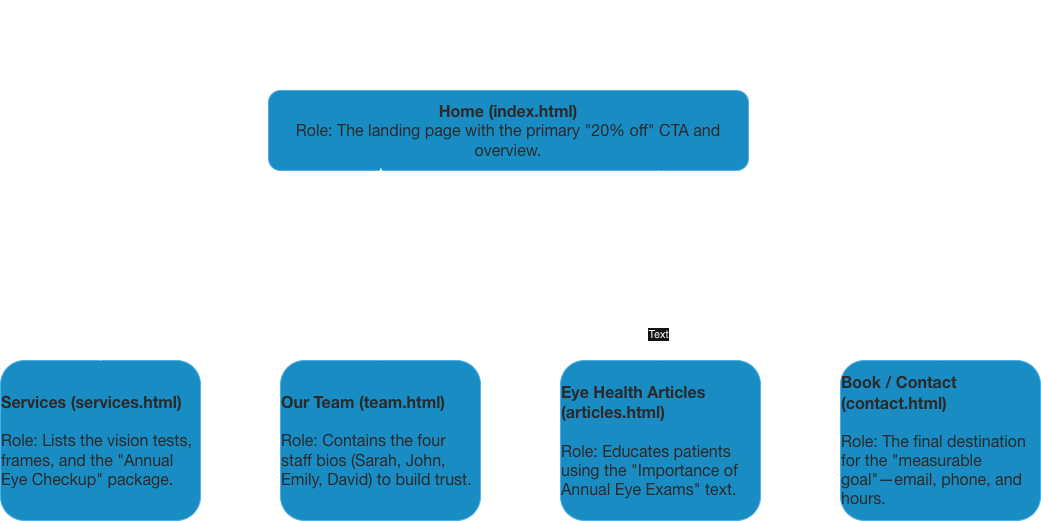
The draw.io diagram Assignment 1/images/sitemap_assessment_2.png in BowdenBen/CP1406, before a commit. Source tidied: cells renumbered, new cells last; positions are measured from the earlier drawing's top-left corner, leaving out a move shared by most shapes. The source it was exported from:
```xml
<mxGraphModel>
  <root>
    <mxCell id="0" />
    <mxCell id="1" parent="0" />
    <mxCell id="2" value="&lt;p style=&quot;cursor: text; box-sizing: border-box; margin: 0px; padding: 0px; counter-reset: list-1 0 list-2 0 list-3 0 list-4 0 list-5 0 list-6 0 list-7 0 list-8 0 list-9 0; color: rgb(227, 227, 227); font-family: &amp;quot;Google Sans Flex&amp;quot;, &amp;quot;Google Sans&amp;quot;, &amp;quot;Helvetica Neue&amp;quot;, sans-serif; font-size: 16px; font-variant-ligatures: none; white-space-collapse: preserve;&quot;&gt;&lt;span style=&quot;color: light-dark(rgb(227, 227, 227), rgb(42, 42, 42));&quot;&gt;&lt;b&gt;Home (index.html)&lt;/b&gt;&lt;/span&gt;&lt;/p&gt;&lt;p style=&quot;cursor: text; box-sizing: border-box; margin: 0px; padding: 0px; counter-reset: list-1 0 list-2 0 list-3 0 list-4 0 list-5 0 list-6 0 list-7 0 list-8 0 list-9 0; color: rgb(227, 227, 227); font-family: &amp;quot;Google Sans Flex&amp;quot;, &amp;quot;Google Sans&amp;quot;, &amp;quot;Helvetica Neue&amp;quot;, sans-serif; font-size: 16px; font-variant-ligatures: none; white-space-collapse: preserve;&quot;&gt;Role: The landing page with the primary &quot;20% off&quot; CTA and overview.&lt;/p&gt;" style="rounded=1;whiteSpace=wrap;html=1;align=center;labelBackgroundColor=none;fillColor=#1ba1e2;fontColor=#ffffff;strokeColor=#006EAF;" parent="1" vertex="1">
      <mxGeometry x="268" y="90" width="480" height="80" as="geometry" />
    </mxCell>
    <mxCell id="3" value="&lt;p style=&quot;cursor: text; box-sizing: border-box; margin: 0px; padding: 0px; counter-reset: list-1 0 list-2 0 list-3 0 list-4 0 list-5 0 list-6 0 list-7 0 list-8 0 list-9 0; color: rgb(227, 227, 227); font-family: &amp;quot;Google Sans Flex&amp;quot;, &amp;quot;Google Sans&amp;quot;, &amp;quot;Helvetica Neue&amp;quot;, sans-serif; font-size: 16px; font-variant-ligatures: none; text-align: start; white-space-collapse: preserve;&quot;&gt;&lt;b&gt;Services (services.html)&lt;/b&gt;&lt;/p&gt;&lt;p style=&quot;cursor: text; box-sizing: border-box; margin: 0px; padding: 0px; counter-reset: list-1 0 list-2 0 list-3 0 list-4 0 list-5 0 list-6 0 list-7 0 list-8 0 list-9 0; color: rgb(227, 227, 227); font-family: &amp;quot;Google Sans Flex&amp;quot;, &amp;quot;Google Sans&amp;quot;, &amp;quot;Helvetica Neue&amp;quot;, sans-serif; font-size: 16px; font-variant-ligatures: none; text-align: start; white-space-collapse: preserve;&quot;&gt;&lt;br&gt;&lt;/p&gt;&lt;p style=&quot;cursor: text; box-sizing: border-box; margin: 0px; padding: 0px; counter-reset: list-1 0 list-2 0 list-3 0 list-4 0 list-5 0 list-6 0 list-7 0 list-8 0 list-9 0; color: rgb(227, 227, 227); font-family: &amp;quot;Google Sans Flex&amp;quot;, &amp;quot;Google Sans&amp;quot;, &amp;quot;Helvetica Neue&amp;quot;, sans-serif; font-size: 16px; font-variant-ligatures: none; text-align: start; white-space-collapse: preserve;&quot;&gt;Role: Lists the vision tests, frames, and the &quot;Annual Eye Checkup&quot; package.&lt;/p&gt;" style="rounded=1;whiteSpace=wrap;html=1;labelBackgroundColor=none;fillColor=#1ba1e2;fontColor=#ffffff;strokeColor=#006EAF;" parent="1" vertex="1">
      <mxGeometry y="360" width="200" height="160" as="geometry" />
    </mxCell>
    <mxCell id="4" value="&lt;p style=&quot;cursor: text; box-sizing: border-box; margin: 0px; padding: 0px; counter-reset: list-1 0 list-2 0 list-3 0 list-4 0 list-5 0 list-6 0 list-7 0 list-8 0 list-9 0; color: rgb(227, 227, 227); font-family: &amp;quot;Google Sans Flex&amp;quot;, &amp;quot;Google Sans&amp;quot;, &amp;quot;Helvetica Neue&amp;quot;, sans-serif; font-size: 16px; font-variant-ligatures: none; text-align: start; white-space-collapse: preserve;&quot;&gt;&lt;b&gt;Our Team (team.html)&lt;/b&gt;&lt;/p&gt;&lt;p style=&quot;cursor: text; box-sizing: border-box; margin: 0px; padding: 0px; counter-reset: list-1 0 list-2 0 list-3 0 list-4 0 list-5 0 list-6 0 list-7 0 list-8 0 list-9 0; color: rgb(227, 227, 227); font-family: &amp;quot;Google Sans Flex&amp;quot;, &amp;quot;Google Sans&amp;quot;, &amp;quot;Helvetica Neue&amp;quot;, sans-serif; font-size: 16px; font-variant-ligatures: none; text-align: start; white-space-collapse: preserve;&quot;&gt;&lt;br&gt;&lt;/p&gt;&lt;p style=&quot;cursor: text; box-sizing: border-box; margin: 0px; padding: 0px; counter-reset: list-1 0 list-2 0 list-3 0 list-4 0 list-5 0 list-6 0 list-7 0 list-8 0 list-9 0; color: rgb(227, 227, 227); font-family: &amp;quot;Google Sans Flex&amp;quot;, &amp;quot;Google Sans&amp;quot;, &amp;quot;Helvetica Neue&amp;quot;, sans-serif; font-size: 16px; font-variant-ligatures: none; text-align: start; white-space-collapse: preserve;&quot;&gt;Role: Contains the four staff bios (Sarah, John, Emily, David) to build trust.&lt;/p&gt;" style="rounded=1;whiteSpace=wrap;html=1;labelBackgroundColor=none;fillColor=#1ba1e2;fontColor=#ffffff;strokeColor=#006EAF;" parent="1" vertex="1">
      <mxGeometry x="280" y="360" width="200" height="160" as="geometry" />
    </mxCell>
    <mxCell id="5" value="&lt;p style=&quot;cursor: text; box-sizing: border-box; margin: 0px; padding: 0px; counter-reset: list-1 0 list-2 0 list-3 0 list-4 0 list-5 0 list-6 0 list-7 0 list-8 0 list-9 0; color: rgb(227, 227, 227); font-family: &amp;quot;Google Sans Flex&amp;quot;, &amp;quot;Google Sans&amp;quot;, &amp;quot;Helvetica Neue&amp;quot;, sans-serif; font-size: 16px; font-variant-ligatures: none; text-align: start; white-space-collapse: preserve;&quot;&gt;&lt;b&gt;Eye Health Articles (articles.html)&lt;/b&gt;&lt;/p&gt;&lt;p style=&quot;cursor: text; box-sizing: border-box; margin: 0px; padding: 0px; counter-reset: list-1 0 list-2 0 list-3 0 list-4 0 list-5 0 list-6 0 list-7 0 list-8 0 list-9 0; color: rgb(227, 227, 227); font-family: &amp;quot;Google Sans Flex&amp;quot;, &amp;quot;Google Sans&amp;quot;, &amp;quot;Helvetica Neue&amp;quot;, sans-serif; font-size: 16px; font-variant-ligatures: none; text-align: start; white-space-collapse: preserve;&quot;&gt;&lt;br&gt;&lt;/p&gt;&lt;p style=&quot;cursor: text; box-sizing: border-box; margin: 0px; padding: 0px; counter-reset: list-1 0 list-2 0 list-3 0 list-4 0 list-5 0 list-6 0 list-7 0 list-8 0 list-9 0; color: rgb(227, 227, 227); font-family: &amp;quot;Google Sans Flex&amp;quot;, &amp;quot;Google Sans&amp;quot;, &amp;quot;Helvetica Neue&amp;quot;, sans-serif; font-size: 16px; font-variant-ligatures: none; text-align: start; white-space-collapse: preserve;&quot;&gt;Role: Educates patients using the &quot;Importance of Annual Eye Exams&quot; text.&lt;/p&gt;" style="rounded=1;whiteSpace=wrap;html=1;labelBackgroundColor=none;fillColor=#1ba1e2;fontColor=#ffffff;strokeColor=#006EAF;" parent="1" vertex="1">
      <mxGeometry x="560" y="360" width="200" height="160" as="geometry" />
    </mxCell>
    <mxCell id="6" value="&lt;p style=&quot;cursor: text; box-sizing: border-box; margin: 0px; padding: 0px; counter-reset: list-1 0 list-2 0 list-3 0 list-4 0 list-5 0 list-6 0 list-7 0 list-8 0 list-9 0; color: rgb(227, 227, 227); font-family: &amp;quot;Google Sans Flex&amp;quot;, &amp;quot;Google Sans&amp;quot;, &amp;quot;Helvetica Neue&amp;quot;, sans-serif; font-size: 16px; font-variant-ligatures: none; text-align: start; white-space-collapse: preserve;&quot;&gt;&lt;b&gt;Book / Contact (contact.html)&lt;/b&gt;&lt;/p&gt;&lt;p style=&quot;cursor: text; box-sizing: border-box; margin: 0px; padding: 0px; counter-reset: list-1 0 list-2 0 list-3 0 list-4 0 list-5 0 list-6 0 list-7 0 list-8 0 list-9 0; color: rgb(227, 227, 227); font-family: &amp;quot;Google Sans Flex&amp;quot;, &amp;quot;Google Sans&amp;quot;, &amp;quot;Helvetica Neue&amp;quot;, sans-serif; font-size: 16px; font-variant-ligatures: none; text-align: start; white-space-collapse: preserve;&quot;&gt;&lt;br&gt;&lt;/p&gt;&lt;p style=&quot;cursor: text; box-sizing: border-box; margin: 0px; padding: 0px; counter-reset: list-1 0 list-2 0 list-3 0 list-4 0 list-5 0 list-6 0 list-7 0 list-8 0 list-9 0; color: rgb(227, 227, 227); font-family: &amp;quot;Google Sans Flex&amp;quot;, &amp;quot;Google Sans&amp;quot;, &amp;quot;Helvetica Neue&amp;quot;, sans-serif; font-size: 16px; font-variant-ligatures: none; text-align: start; white-space-collapse: preserve;&quot;&gt;Role: The final destination for the &quot;measurable goal&quot;—email, phone, and hours.&lt;/p&gt;" style="rounded=1;whiteSpace=wrap;html=1;labelBackgroundColor=none;fillColor=#1ba1e2;fontColor=#ffffff;strokeColor=#006EAF;" parent="1" vertex="1">
      <mxGeometry x="840" y="360" width="200" height="160" as="geometry" />
    </mxCell>
    <mxCell id="7" style="endArrow=classic;startArrow=classic;html=1;rounded=0;entryX=0.077;entryY=1.027;entryDx=0;entryDy=0;entryPerimeter=0;exitX=0.5;exitY=0;exitDx=0;exitDy=0;" parent="1" edge="1" source="3" target="2">
      <mxGeometry relative="1" as="geometry" />
    </mxCell>
    <mxCell id="8" style="endArrow=classic;startArrow=classic;html=1;rounded=0;entryX=0.234;entryY=0.968;entryDx=0;entryDy=0;entryPerimeter=0;exitX=0.5;exitY=0;exitDx=0;exitDy=0;" parent="1" edge="1" source="4" target="2">
      <mxGeometry relative="1" as="geometry" />
    </mxCell>
    <mxCell id="9" style="endArrow=classic;startArrow=classic;html=1;rounded=0;entryX=0.813;entryY=0.994;entryDx=0;entryDy=0;entryPerimeter=0;exitX=0.5;exitY=0;exitDx=0;exitDy=0;" parent="1" edge="1" source="5" target="2">
      <mxGeometry relative="1" as="geometry" />
    </mxCell>
    <mxCell id="10" value="Text" style="edgeLabel;html=1;align=center;verticalAlign=middle;" parent="9" vertex="1">
      <mxGeometry x="-0.72" y="2" relative="1" as="geometry" />
    </mxCell>
    <mxCell id="11" style="endArrow=classic;startArrow=classic;html=1;rounded=0;entryX=0.917;entryY=1.04;entryDx=0;entryDy=0;entryPerimeter=0;exitX=0.5;exitY=0;exitDx=0;exitDy=0;" parent="1" edge="1" source="6" target="2">
      <mxGeometry relative="1" as="geometry" />
    </mxCell>
    <mxCell id="12" value="&lt;span style=&quot;font-family: &amp;quot;Google Sans Flex&amp;quot;, &amp;quot;Google Sans&amp;quot;, &amp;quot;Helvetica Neue&amp;quot;, sans-serif; font-size: 16px; font-variant-ligatures: none; text-align: start; white-space-collapse: preserve;&quot;&gt;Level 2: The Main Pages &lt;/span&gt;" style="text;html=1;whiteSpace=wrap;strokeColor=none;fillColor=none;align=center;verticalAlign=middle;rounded=0;labelBackgroundColor=none;fontColor=default;" parent="1" vertex="1">
      <mxGeometry x="410" y="250" width="190" height="95" as="geometry" />
    </mxCell>
    <mxCell id="13" value="&lt;span style=&quot;font-family: &amp;quot;Google Sans Flex&amp;quot;, &amp;quot;Google Sans&amp;quot;, &amp;quot;Helvetica Neue&amp;quot;, sans-serif; font-size: 16px; font-variant-ligatures: none; text-align: start; white-space-collapse: preserve;&quot;&gt;Level 1: The Root Page&lt;/span&gt;" style="text;html=1;whiteSpace=wrap;strokeColor=none;fillColor=none;align=center;verticalAlign=middle;rounded=0;labelBackgroundColor=none;fontColor=default;" parent="1" vertex="1">
      <mxGeometry x="417" width="175" height="80" as="geometry" />
    </mxCell>
  </root>
</mxGraphModel>
```
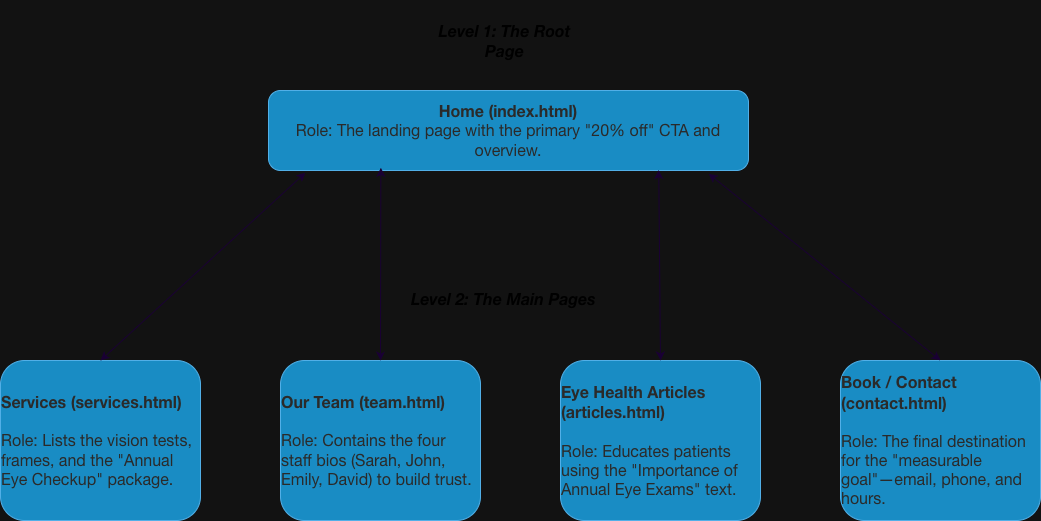
After the change.

Commit message:
replce sitemap image

What changed in the source:
```diff
@@ -17,25 +17,22 @@
     <mxCell id="6" value="&lt;p style=&quot;cursor: text; box-sizing: border-box; margin: 0px; padding: 0px; counter-reset: list-1 0 list-2 0 list-3 0 list-4 0 list-5 0 list-6 0 list-7 0 list-8 0 list-9 0; color: rgb(227, 227, 227); font-family: &amp;quot;Google Sans Flex&amp;quot;, &amp;quot;Google Sans&amp;quot;, &amp;quot;Helvetica Neue&amp;quot;, sans-serif; font-size: 16px; font-variant-ligatures: none; text-align: start; white-space-collapse: preserve;&quot;&gt;&lt;b&gt;Book / Contact (contact.html)&lt;/b&gt;&lt;/p&gt;&lt;p style=&quot;cursor: text; box-sizing: border-box; margin: 0px; padding: 0px; counter-reset: list-1 0 list-2 0 list-3 0 list-4 0 list-5 0 list-6 0 list-7 0 list-8 0 list-9 0; color: rgb(227, 227, 227); font-family: &amp;quot;Google Sans Flex&amp;quot;, &amp;quot;Google Sans&amp;quot;, &amp;quot;Helvetica Neue&amp;quot;, sans-serif; font-size: 16px; font-variant-ligatures: none; text-align: start; white-space-collapse: preserve;&quot;&gt;&lt;br&gt;&lt;/p&gt;&lt;p style=&quot;cursor: text; box-sizing: border-box; margin: 0px; padding: 0px; counter-reset: list-1 0 list-2 0 list-3 0 list-4 0 list-5 0 list-6 0 list-7 0 list-8 0 list-9 0; color: rgb(227, 227, 227); font-family: &amp;quot;Google Sans Flex&amp;quot;, &amp;quot;Google Sans&amp;quot;, &amp;quot;Helvetica Neue&amp;quot;, sans-serif; font-size: 16px; font-variant-ligatures: none; text-align: start; white-space-collapse: preserve;&quot;&gt;Role: The final destination for the &quot;measurable goal&quot;—email, phone, and hours.&lt;/p&gt;" style="rounded=1;whiteSpace=wrap;html=1;labelBackgroundColor=none;fillColor=#1ba1e2;fontColor=#ffffff;strokeColor=#006EAF;" parent="1" vertex="1">
       <mxGeometry x="840" y="360" width="200" height="160" as="geometry" />
     </mxCell>
-    <mxCell id="7" style="endArrow=classic;startArrow=classic;html=1;rounded=0;entryX=0.077;entryY=1.027;entryDx=0;entryDy=0;entryPerimeter=0;exitX=0.5;exitY=0;exitDx=0;exitDy=0;" parent="1" edge="1" source="3" target="2">
+    <mxCell id="7" style="endArrow=classic;startArrow=classic;html=1;rounded=0;entryX=0.077;entryY=1.027;entryDx=0;entryDy=0;entryPerimeter=0;exitX=0.5;exitY=0;exitDx=0;exitDy=0;fontColor=light-dark(#000000,#190033);strokeColor=light-dark(#000000,#190033);" parent="1" edge="1" source="3" target="2">
       <mxGeometry relative="1" as="geometry" />
     </mxCell>
-    <mxCell id="8" style="endArrow=classic;startArrow=classic;html=1;rounded=0;entryX=0.234;entryY=0.968;entryDx=0;entryDy=0;entryPerimeter=0;exitX=0.5;exitY=0;exitDx=0;exitDy=0;" parent="1" edge="1" source="4" target="2">
+    <mxCell id="8" style="endArrow=classic;startArrow=classic;html=1;rounded=0;entryX=0.234;entryY=0.968;entryDx=0;entryDy=0;entryPerimeter=0;exitX=0.5;exitY=0;exitDx=0;exitDy=0;fontColor=light-dark(#000000,#190033);strokeColor=light-dark(#000000,#190033);" parent="1" edge="1" source="4" target="2">
       <mxGeometry relative="1" as="geometry" />
     </mxCell>
-    <mxCell id="9" style="endArrow=classic;startArrow=classic;html=1;rounded=0;entryX=0.813;entryY=0.994;entryDx=0;entryDy=0;entryPerimeter=0;exitX=0.5;exitY=0;exitDx=0;exitDy=0;" parent="1" edge="1" source="5" target="2">
+    <mxCell id="9" style="endArrow=classic;startArrow=classic;html=1;rounded=0;entryX=0.813;entryY=0.994;entryDx=0;entryDy=0;entryPerimeter=0;exitX=0.5;exitY=0;exitDx=0;exitDy=0;fontColor=light-dark(#000000,#190033);strokeColor=light-dark(#000000,#190033);" parent="1" edge="1" source="5" target="2">
       <mxGeometry relative="1" as="geometry" />
     </mxCell>
-    <mxCell id="10" value="Text" style="edgeLabel;html=1;align=center;verticalAlign=middle;" parent="9" vertex="1">
-      <mxGeometry x="-0.72" y="2" relative="1" as="geometry" />
-    </mxCell>
-    <mxCell id="11" style="endArrow=classic;startArrow=classic;html=1;rounded=0;entryX=0.917;entryY=1.04;entryDx=0;entryDy=0;entryPerimeter=0;exitX=0.5;exitY=0;exitDx=0;exitDy=0;" parent="1" edge="1" source="6" target="2">
+    <mxCell id="11" style="endArrow=classic;startArrow=classic;html=1;rounded=0;entryX=0.917;entryY=1.04;entryDx=0;entryDy=0;entryPerimeter=0;exitX=0.5;exitY=0;exitDx=0;exitDy=0;fontColor=light-dark(#000000,#190033);strokeColor=light-dark(#000000,#190033);" parent="1" edge="1" source="6" target="2">
       <mxGeometry relative="1" as="geometry" />
     </mxCell>
-    <mxCell id="12" value="&lt;span style=&quot;font-family: &amp;quot;Google Sans Flex&amp;quot;, &amp;quot;Google Sans&amp;quot;, &amp;quot;Helvetica Neue&amp;quot;, sans-serif; font-size: 16px; font-variant-ligatures: none; text-align: start; white-space-collapse: preserve;&quot;&gt;Level 2: The Main Pages &lt;/span&gt;" style="text;html=1;whiteSpace=wrap;strokeColor=none;fillColor=none;align=center;verticalAlign=middle;rounded=0;labelBackgroundColor=none;fontColor=default;" parent="1" vertex="1">
+    <mxCell id="12" value="&lt;span style=&quot;font-family: &amp;quot;Google Sans Flex&amp;quot;, &amp;quot;Google Sans&amp;quot;, &amp;quot;Helvetica Neue&amp;quot;, sans-serif; font-size: 16px; font-variant-ligatures: none; text-align: start; white-space-collapse: preserve;&quot;&gt;Level 2: The Main Pages &lt;/span&gt;" style="text;html=1;whiteSpace=wrap;strokeColor=none;fillColor=none;align=center;verticalAlign=middle;rounded=0;labelBackgroundColor=none;fontColor=light-dark(#000000,#000000);fontStyle=3;" parent="1" vertex="1">
       <mxGeometry x="410" y="250" width="190" height="95" as="geometry" />
     </mxCell>
-    <mxCell id="13" value="&lt;span style=&quot;font-family: &amp;quot;Google Sans Flex&amp;quot;, &amp;quot;Google Sans&amp;quot;, &amp;quot;Helvetica Neue&amp;quot;, sans-serif; font-size: 16px; font-variant-ligatures: none; text-align: start; white-space-collapse: preserve;&quot;&gt;Level 1: The Root Page&lt;/span&gt;" style="text;html=1;whiteSpace=wrap;strokeColor=none;fillColor=none;align=center;verticalAlign=middle;rounded=0;labelBackgroundColor=none;fontColor=default;" parent="1" vertex="1">
+    <mxCell id="13" value="&lt;span style=&quot;font-family: &amp;quot;Google Sans Flex&amp;quot;, &amp;quot;Google Sans&amp;quot;, &amp;quot;Helvetica Neue&amp;quot;, sans-serif; font-size: 16px; font-variant-ligatures: none; text-align: start; white-space-collapse: preserve;&quot;&gt;Level 1: The Root Page&lt;/span&gt;" style="text;html=1;whiteSpace=wrap;strokeColor=none;fillColor=none;align=center;verticalAlign=middle;rounded=0;labelBackgroundColor=none;fontColor=light-dark(#000000,#000000);fontStyle=3;" parent="1" vertex="1">
       <mxGeometry x="417" width="175" height="80" as="geometry" />
     </mxCell>
   </root>
```
